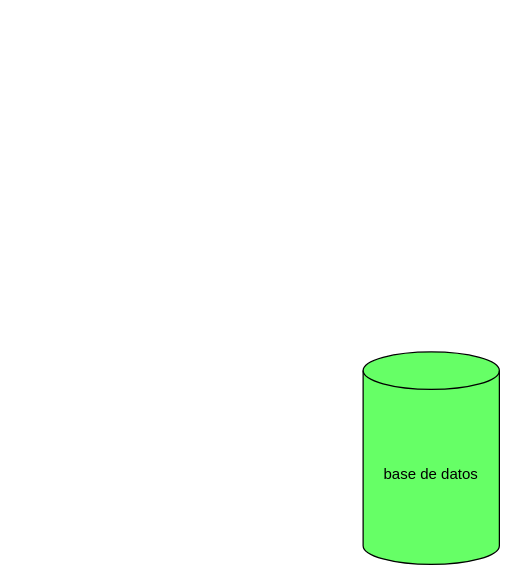
Earlier version of the draw.io diagram digramas/1.Algoritmo_login.drawio (Andreszxc2001/Sistema-Integral-de-Asistencias-SIA-). Source tidied: cells renumbered, new cells numbered last; positions are measured from the earlier drawing's top-left corner, leaving out a move shared by most shapes. Both pictures are drawn from the tidied source at 125%, with x=0, y=0 at pixel (362, 351).
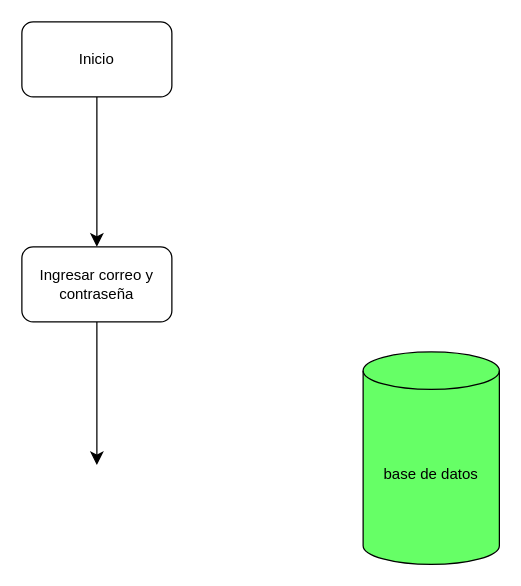
Above is the later version.

Diff of the diagram source:
```diff
@@
 <mxGraphModel>
   <root>
     <mxCell id="0" />
     <mxCell id="1" parent="0" />
     <mxCell id="2" value="base de datos" style="shape=cylinder3;whiteSpace=wrap;html=1;boundedLbl=1;backgroundOutline=1;size=15;fillColor=light-dark(#66FF66,#66FF66);" parent="1" vertex="1">
       <mxGeometry width="109" height="170" as="geometry" />
     </mxCell>
+    <mxCell id="3" style="edgeStyle=none;curved=1;rounded=0;jettySize=auto;html=1;fontSize=12;startSize=8;endSize=8;" parent="1" edge="1" source="4" target="6">
+      <mxGeometry relative="1" as="geometry" />
+    </mxCell>
+    <mxCell id="4" value="Inicio" style="rounded=1;whiteSpace=wrap;html=1;" parent="1" vertex="1">
+      <mxGeometry x="-273" y="-264" width="120" height="60" as="geometry" />
+    </mxCell>
+    <mxCell id="5" style="edgeStyle=none;curved=1;rounded=0;jettySize=auto;html=1;fontSize=12;startSize=8;endSize=8;" parent="1" edge="1" source="6">
+      <mxGeometry relative="1" as="geometry">
+        <mxPoint x="-213" y="90.6" as="targetPoint" />
+      </mxGeometry>
+    </mxCell>
+    <mxCell id="6" value="Ingresar correo y contraseña" style="whiteSpace=wrap;html=1;rounded=1;" parent="1" vertex="1">
+      <mxGeometry x="-273" y="-84" width="120" height="60" as="geometry" />
+    </mxCell>
   </root>
 </mxGraphModel>
```
